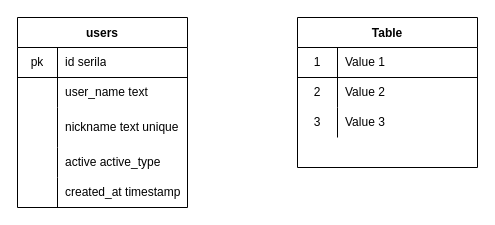
Earlier version of the draw.io diagram page "avatar" (2 of 2) of DB.drawio (T0R0NT0T0KY0/tis-api). Source tidied: cells renumbered, new cells numbered last; positions are measured from the earlier drawing's top-left corner, leaving out a move shared by most shapes. Both pictures are drawn from the tidied source at 100%, with x=0, y=0 at pixel (17, 17).
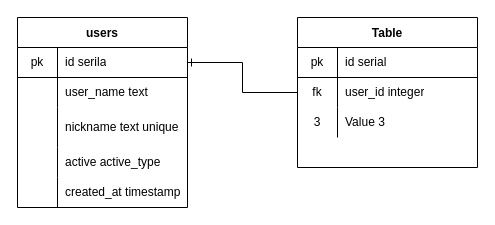
After the change.

The change refers to these unchanged cells:
```xml
<mxCell id="3" style="shape=partialRectangle;html=1;whiteSpace=wrap;fillColor=none;top=0;left=0;bottom=1;right=0;points=[[0,0.5],[1,0.5]];portConstraint=eastwest;" parent="2" vertex="1">
  <mxGeometry y="30" width="170" height="30" as="geometry" />
</mxCell>
<mxCell id="19" style="shape=partialRectangle;html=1;whiteSpace=wrap;fillColor=none;top=0;left=0;bottom=1;right=0;" parent="18" vertex="1">
  <mxGeometry y="30" width="180" height="30" as="geometry" />
</mxCell>
<mxCell id="22" style="shape=partialRectangle;html=1;whiteSpace=wrap;fillColor=none;top=0;left=0;bottom=0;right=0;points=[[0,0.5],[1,0.5]];portConstraint=eastwest;" parent="18" vertex="1">
  <mxGeometry y="60" width="180" height="30" as="geometry" />
</mxCell>
```

The edit, as a diff of the source:
```diff
@@
-    <mxCell id="20" value="1" style="shape=partialRectangle;html=1;whiteSpace=wrap;fillColor=none;top=0;left=0;bottom=0;right=0;overflow=hidden;" parent="19" vertex="1">
+    <mxCell id="20" value="pk" style="shape=partialRectangle;html=1;whiteSpace=wrap;fillColor=none;top=0;left=0;bottom=0;right=0;overflow=hidden;" parent="19" vertex="1">
       <mxGeometry width="40" height="30" as="geometry" />
     </mxCell>
-    <mxCell id="21" value="Value 1" style="shape=partialRectangle;html=1;whiteSpace=wrap;fillColor=none;top=0;left=0;bottom=0;right=0;align=left;spacingLeft=6;overflow=hidden;" parent="19" vertex="1">
+    <mxCell id="21" value="id serial" style="shape=partialRectangle;html=1;whiteSpace=wrap;fillColor=none;top=0;left=0;bottom=0;right=0;align=left;spacingLeft=6;overflow=hidden;" parent="19" vertex="1">
       <mxGeometry x="40" width="140" height="30" as="geometry" />
     </mxCell>
@@
-    <mxCell id="23" value="2" style="shape=partialRectangle;html=1;whiteSpace=wrap;fillColor=none;top=0;left=0;bottom=0;right=0;overflow=hidden;" parent="22" vertex="1">
+    <mxCell id="23" value="fk" style="shape=partialRectangle;html=1;whiteSpace=wrap;fillColor=none;top=0;left=0;bottom=0;right=0;overflow=hidden;" parent="22" vertex="1">
       <mxGeometry width="40" height="30" as="geometry" />
     </mxCell>
-    <mxCell id="24" value="Value 2" style="shape=partialRectangle;html=1;whiteSpace=wrap;fillColor=none;top=0;left=0;bottom=0;right=0;align=left;spacingLeft=6;overflow=hidden;" parent="22" vertex="1">
+    <mxCell id="24" value="user_id integer" style="shape=partialRectangle;html=1;whiteSpace=wrap;fillColor=none;top=0;left=0;bottom=0;right=0;align=left;spacingLeft=6;overflow=hidden;" parent="22" vertex="1">
       <mxGeometry x="40" width="140" height="30" as="geometry" />
     </mxCell>
@@
+    <mxCell id="28" style="edgeStyle=orthogonalEdgeStyle;rounded=0;jettySize=auto;html=1;exitX=0;exitY=0.5;exitDx=0;exitDy=0;entryX=1;entryY=0.5;entryDx=0;entryDy=0;endArrow=ERone;endFill=0;" parent="1" edge="1" source="22" target="3">
+      <mxGeometry relative="1" as="geometry" />
+    </mxCell>
```
